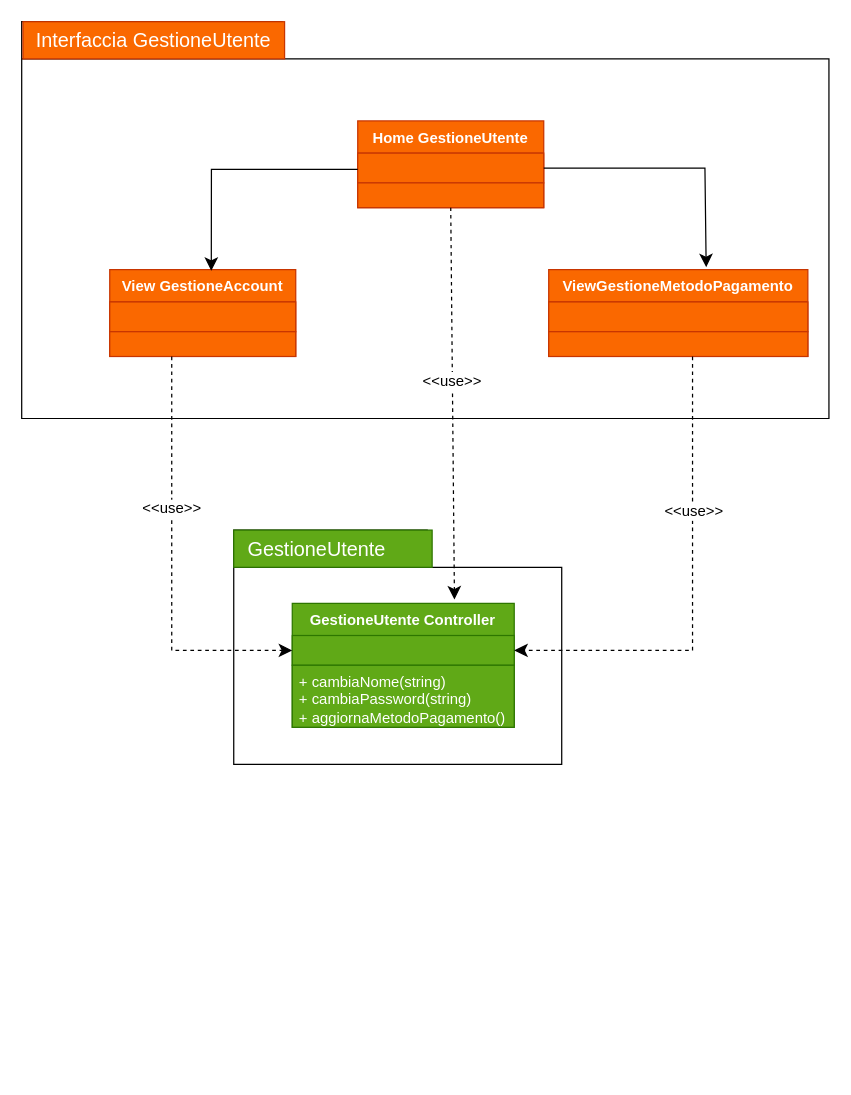
The draw.io diagram Diagrammi_Package/Diagramma senza titolo.drawio in JosephBoom02/Progetto_Ingegneria_del_Software, before the edit. Source tidied: cells renumbered, new cells numbered last; positions are measured from the earlier drawing's top-left corner, leaving out a move shared by most shapes. Both pictures are drawn from the tidied source at 124%, with x=0, y=0 at pixel (21, 21).
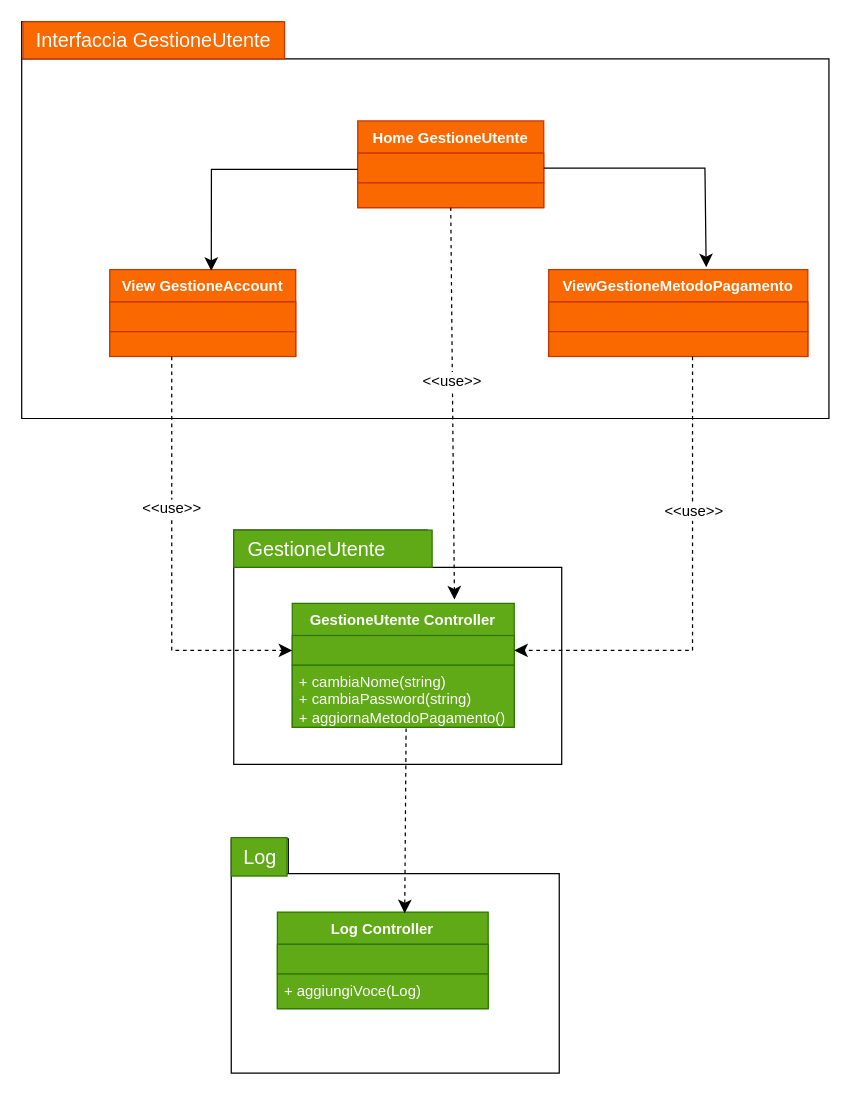
After the change.

The edit, as a diff of the source:
```diff
@@
+    <mxCell id="32" style="shape=folder;fontStyle=1;spacingTop=10;tabWidth=46;tabHeight=28;tabPosition=left;html=1;whiteSpace=wrap;" parent="1" vertex="1">
+      <mxGeometry x="169" y="659" width="264.5" height="189" as="geometry" />
+    </mxCell>
+    <mxCell id="33" value="Log" style="text;html=1;align=center;verticalAlign=middle;fontSize=16;fillColor=#60a917;fontColor=#ffffff;strokeColor=#2D7600;" parent="1" vertex="1">
+      <mxGeometry x="169" y="658" width="45" height="31" as="geometry" />
+    </mxCell>
+    <mxCell id="34" value="Log Controller" style="swimlane;fontStyle=1;align=center;verticalAlign=top;horizontal=1;startSize=26;whiteSpace=wrap;html=1;fillColor=#60a917;fontColor=#ffffff;strokeColor=#2D7600;" parent="1" vertex="1">
+      <mxGeometry x="206.2" y="718" width="170" height="78" as="geometry" />
+    </mxCell>
+    <mxCell id="35" style="text;strokeColor=#2D7600;fillColor=#60a917;align=left;verticalAlign=top;spacingLeft=4;spacingRight=4;overflow=hidden;whiteSpace=wrap;html=1;fontColor=#ffffff;" parent="34" vertex="1">
+      <mxGeometry y="26" width="170" height="24" as="geometry" />
+    </mxCell>
+    <mxCell id="36" style="line;strokeWidth=1;fillColor=#fa6800;align=left;verticalAlign=middle;spacingTop=-1;spacingLeft=3;spacingRight=3;labelPosition=right;strokeColor=#FF8000;fontColor=#000000;" parent="34" vertex="1">
+      <mxGeometry y="50" width="170" as="geometry" />
+    </mxCell>
+    <mxCell id="37" value="+ aggiungiVoce(Log)" style="text;strokeColor=#2D7600;fillColor=#60a917;align=left;verticalAlign=top;spacingLeft=4;spacingRight=4;overflow=hidden;whiteSpace=wrap;html=1;fontColor=#ffffff;" parent="34" vertex="1">
+      <mxGeometry y="50" width="170" height="28" as="geometry" />
+    </mxCell>
+    <mxCell id="38" style="edgeStyle=none;curved=1;rounded=0;jettySize=auto;html=1;entryX=0.604;entryY=0.013;entryDx=0;entryDy=0;entryPerimeter=0;fontSize=12;startSize=8;endSize=8;dashed=1;" parent="1" edge="1" target="34">
+      <mxGeometry relative="1" as="geometry">
+        <mxPoint x="310" y="570" as="sourcePoint" />
+      </mxGeometry>
+    </mxCell>
```
